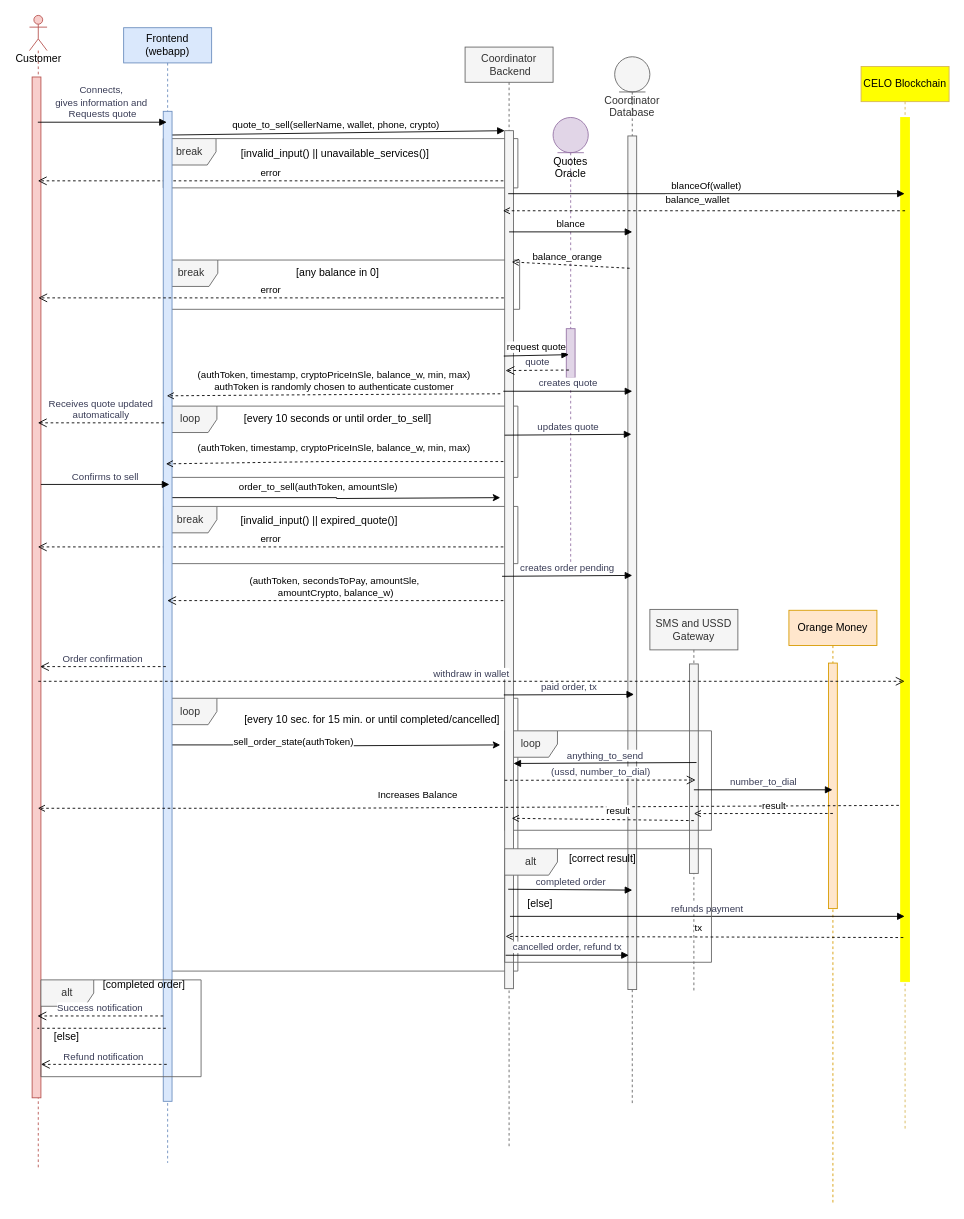
This is page "Sequence diagram" (1 of 2) of doc/img/seq_offramp.drawio from pasosdeJesus/stable-sl, a draw.io file, before an edit. Source tidied: cells renumbered, new cells numbered last; positions are measured from the earlier drawing's top-left corner, leaving out a move shared by most shapes. Both pictures are drawn from the tidied source at 88%, with x=0, y=0 at pixel (29, 15).
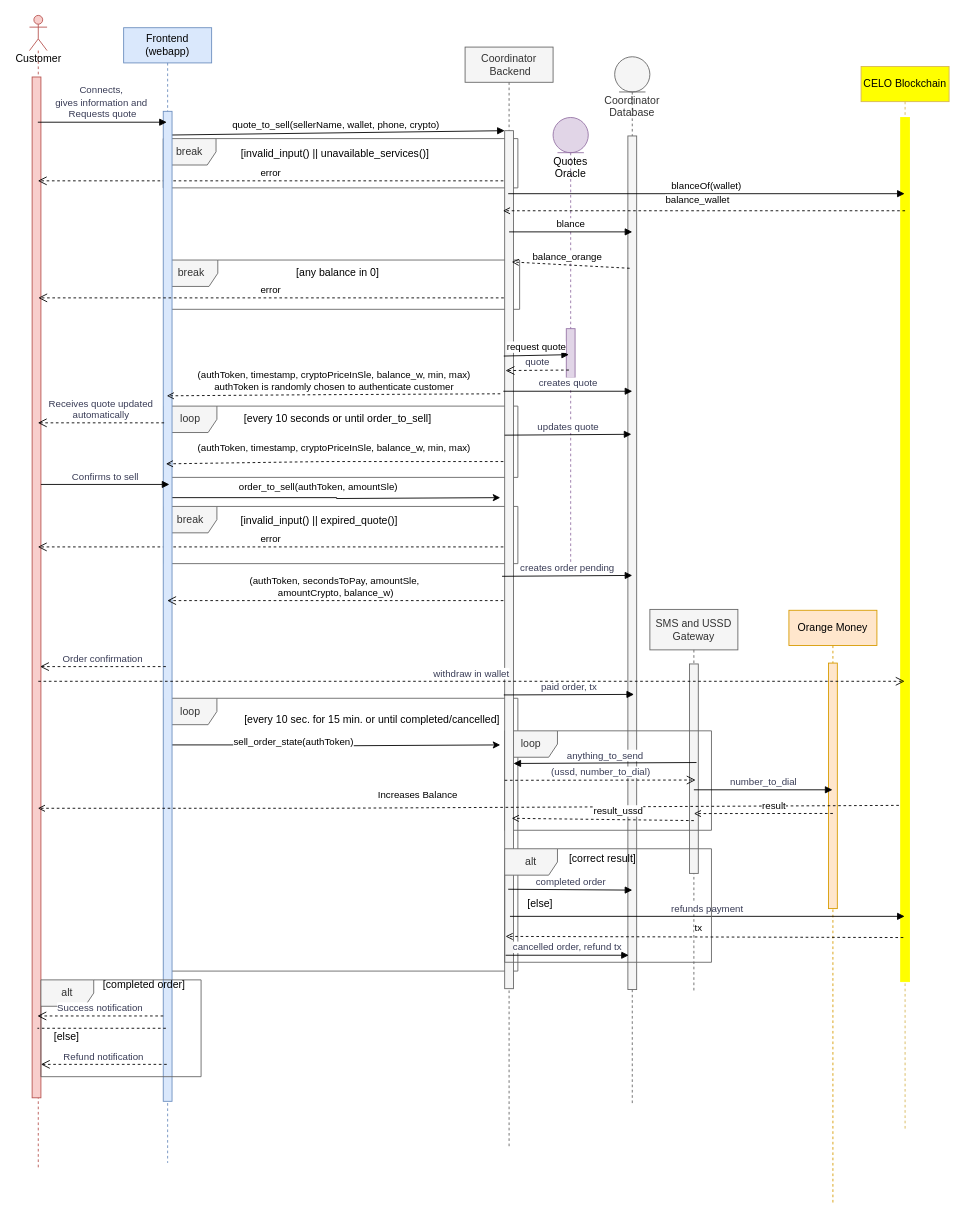
After the change.

Unchanged cells that the change refers to:
```xml
<mxCell id="73" style="edgeStyle=none;rounded=0;orthogonalLoop=1;jettySize=auto;html=1;endArrow=open;endFill=0;dashed=1;entryX=0.8;entryY=0.806;entryDx=0;entryDy=0;entryPerimeter=0;" parent="1" edge="1">
  <mxGeometry relative="1" as="geometry">
    <mxPoint x="755" y="915" as="sourcePoint" />
    <mxPoint x="548" y="912.4" as="targetPoint" />
  </mxGeometry>
</mxCell>
```

Diff of the diagram source:
```diff
@@
-    <mxCell id="74" value="result" style="edgeLabel;html=1;align=center;verticalAlign=middle;" parent="73" vertex="1">
+    <mxCell id="74" value="result_ussd" style="edgeLabel;html=1;align=center;verticalAlign=middle;" parent="73" vertex="1">
       <mxGeometry x="0.2" relative="1" as="geometry">
         <mxPoint x="37" y="-10" as="offset" />
       </mxGeometry>
     </mxCell>
```
